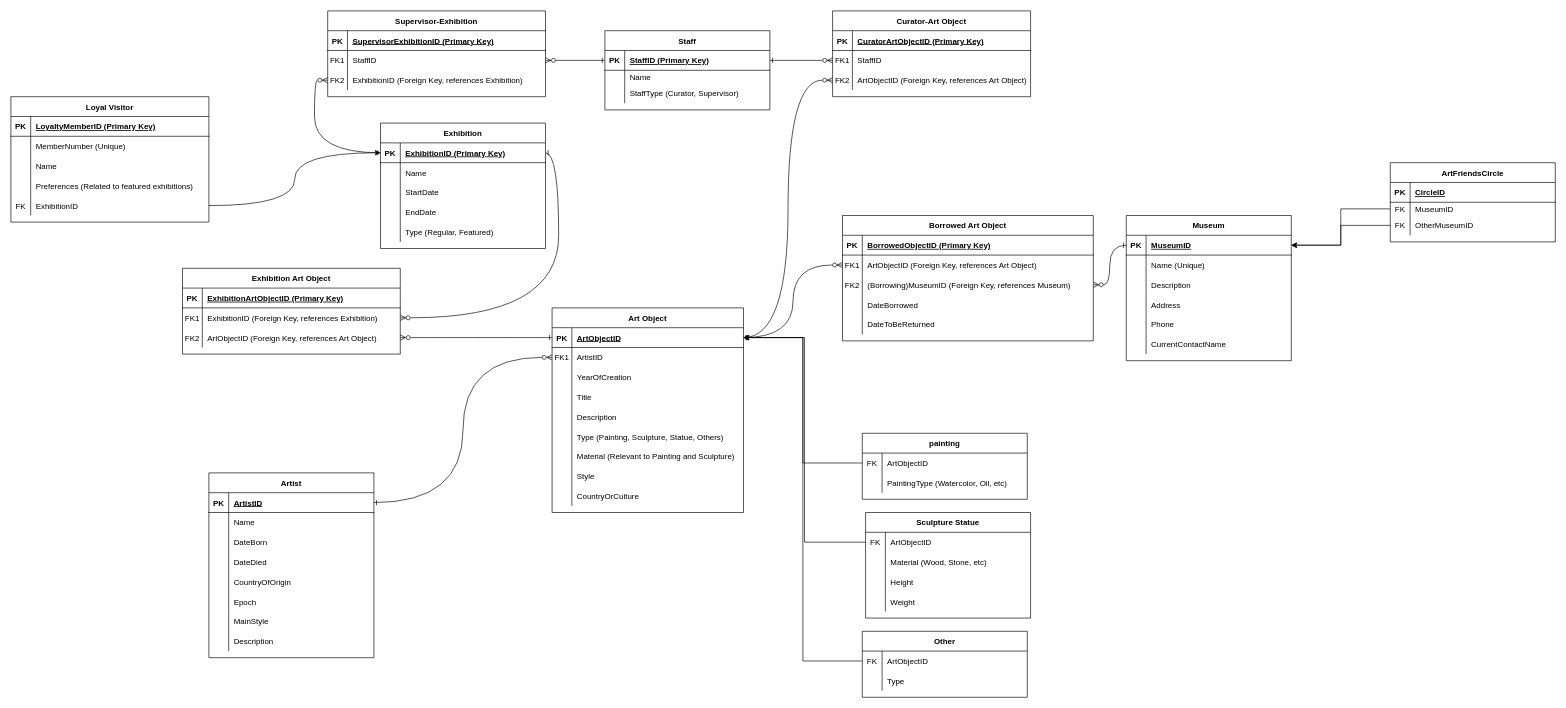
Above: 未命名绘图.drawio in Kehong254/DatabaseCA2 (draw.io), before the change. Source tidied: cells renumbered, new cells numbered last; positions are measured from the earlier drawing's top-left corner, leaving out a move shared by most shapes. Both pictures are drawn from the tidied source at 66%, with x=0, y=0 at pixel (11, 11).
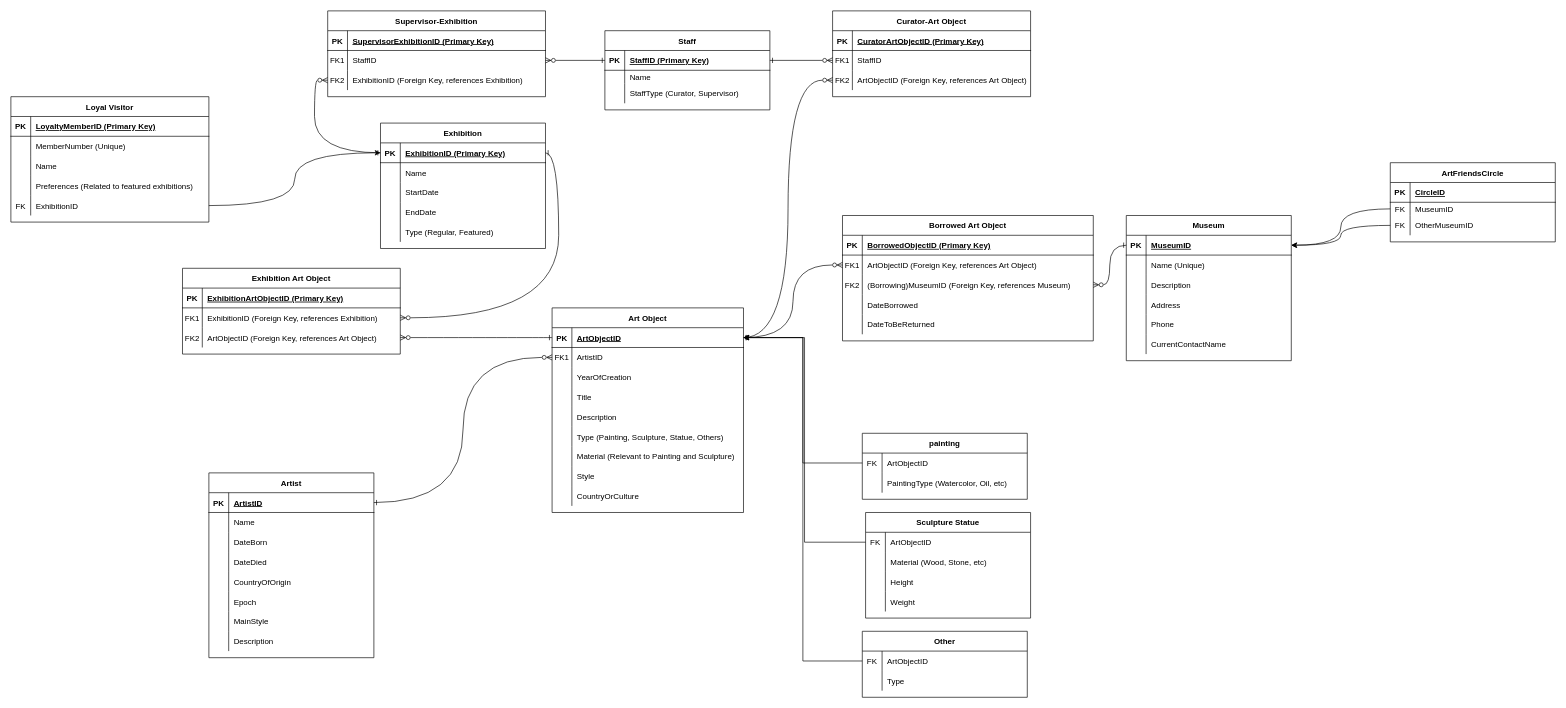
Above is the later version.

Unchanged cells that the change refers to:
```xml
<mxCell id="44" style="shape=partialRectangle;fillColor=none;points=[[0,0.5],[1,0.5]];portConstraint=eastwest;top=0;left=0;right=0;bottom=1;" parent="43" vertex="1">
  <mxGeometry y="30" width="250" height="30" as="geometry" />
</mxCell>
<mxCell id="206" style="shape=partialRectangle;fillColor=none;points=[[0,0.5],[1,0.5]];portConstraint=eastwest;top=0;left=0;right=0;bottom=0;" parent="202" vertex="1">
  <mxGeometry y="60" width="250" height="20" as="geometry" />
</mxCell>
<mxCell id="209" style="shape=partialRectangle;fillColor=none;points=[[0,0.5],[1,0.5]];portConstraint=eastwest;top=0;left=0;right=0;bottom=0;" parent="202" vertex="1">
  <mxGeometry y="80" width="250" height="30" as="geometry" />
</mxCell>
```

What changed in the source:
```diff
@@
-    <mxCell id="212" style="edgeStyle=orthogonalEdgeStyle;rounded=0;jettySize=auto;html=1;" parent="1" edge="1" source="209" target="44">
+    <mxCell id="212" style="edgeStyle=orthogonalEdgeStyle;rounded=0;jettySize=auto;html=1;curved=1;" parent="1" edge="1" source="209" target="44">
       <mxGeometry relative="1" as="geometry" />
     </mxCell>
-    <mxCell id="213" style="edgeStyle=orthogonalEdgeStyle;rounded=0;jettySize=auto;html=1;" parent="1" edge="1" source="206" target="44">
+    <mxCell id="213" style="edgeStyle=orthogonalEdgeStyle;rounded=0;jettySize=auto;html=1;curved=1;" parent="1" edge="1" source="206" target="44">
       <mxGeometry relative="1" as="geometry" />
     </mxCell>
```
